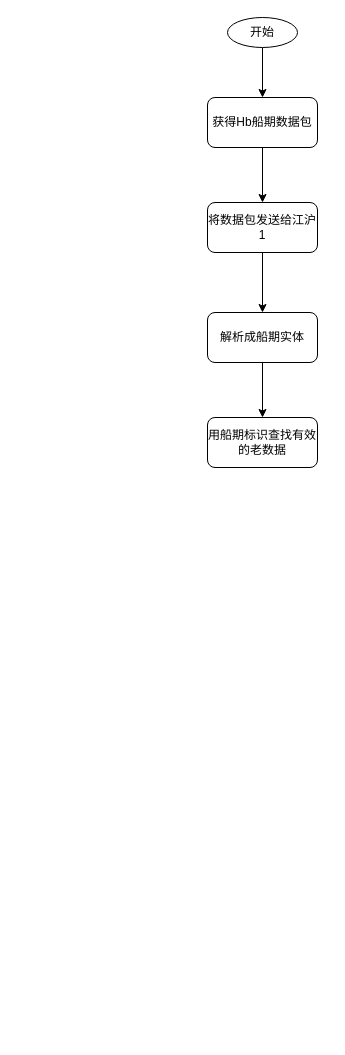
Above: port-manager/Hb船期定时任务.drawio in caixuecheng/track-drawio (draw.io), before the change. Source tidied: cells renumbered, new cells numbered last; positions are measured from the earlier drawing's top-left corner, leaving out a move shared by most shapes. Both pictures are drawn from the tidied source at 100%, with x=0, y=0 at pixel (207, 17).
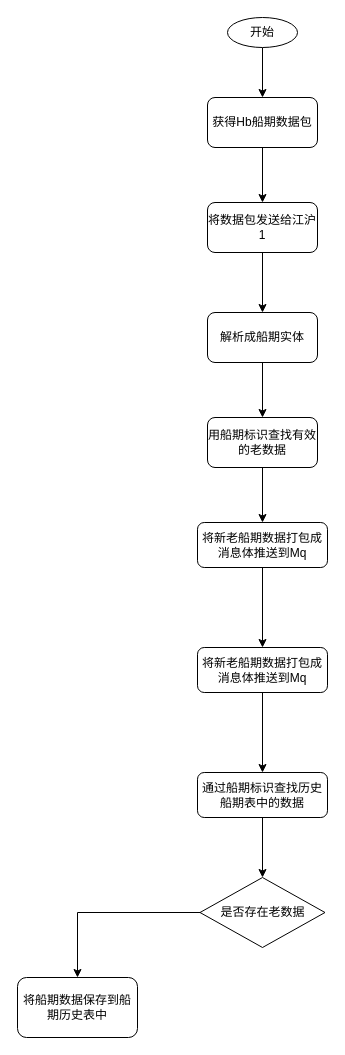
Above is the later version.

Commit message (it also covers changes not shown here):
更新Hb船期定时任务.drawio

Unchanged cells that the change refers to:
```xml
<mxCell id="10" value="用船期标识查找有效的老数据" style="rounded=1;whiteSpace=wrap;html=1;" parent="1" vertex="1">
  <mxGeometry y="400" width="110" height="50" as="geometry" />
</mxCell>
```

Diff of the diagram source:
```diff
@@
+    <mxCell id="11" style="edgeStyle=orthogonalEdgeStyle;rounded=0;jettySize=auto;html=1;" parent="1" edge="1" source="10" target="13">
+      <mxGeometry relative="1" as="geometry" />
+    </mxCell>
@@
+    <mxCell id="12" style="edgeStyle=orthogonalEdgeStyle;rounded=0;jettySize=auto;html=1;" parent="1" edge="1" source="13" target="15">
+      <mxGeometry relative="1" as="geometry" />
+    </mxCell>
+    <mxCell id="13" value="将新老船期数据打包成消息体推送到Mq" style="rounded=1;whiteSpace=wrap;html=1;" parent="1" vertex="1">
+      <mxGeometry x="-10" y="505" width="130" height="45" as="geometry" />
+    </mxCell>
+    <mxCell id="14" style="edgeStyle=orthogonalEdgeStyle;rounded=0;jettySize=auto;html=1;" parent="1" edge="1" source="15" target="17">
+      <mxGeometry relative="1" as="geometry" />
+    </mxCell>
+    <mxCell id="15" value="将新老船期数据打包成消息体推送到Mq" style="rounded=1;whiteSpace=wrap;html=1;" parent="1" vertex="1">
+      <mxGeometry x="-10" y="630" width="130" height="45" as="geometry" />
+    </mxCell>
+    <mxCell id="16" style="edgeStyle=orthogonalEdgeStyle;rounded=0;jettySize=auto;html=1;exitX=0.5;exitY=1;exitDx=0;exitDy=0;entryX=0.5;entryY=0;entryDx=0;entryDy=0;" parent="1" edge="1" source="17" target="19">
+      <mxGeometry relative="1" as="geometry" />
+    </mxCell>
+    <mxCell id="17" value="通过船期标识查找历史船期表中的数据" style="rounded=1;whiteSpace=wrap;html=1;" parent="1" vertex="1">
+      <mxGeometry x="-10" y="755" width="130" height="45" as="geometry" />
+    </mxCell>
+    <mxCell id="18" style="edgeStyle=orthogonalEdgeStyle;rounded=0;jettySize=auto;html=1;exitX=0;exitY=0.5;exitDx=0;exitDy=0;entryX=0.5;entryY=0;entryDx=0;entryDy=0;" parent="1" edge="1" source="19" target="20">
+      <mxGeometry relative="1" as="geometry" />
+    </mxCell>
+    <mxCell id="19" value="是否存在老数据" style="rhombus;whiteSpace=wrap;html=1;" parent="1" vertex="1">
+      <mxGeometry x="-7.5" y="860" width="125" height="70" as="geometry" />
+    </mxCell>
+    <mxCell id="20" value="将船期数据保存到船期历史表中" style="rounded=1;whiteSpace=wrap;html=1;" parent="1" vertex="1">
+      <mxGeometry x="-190" y="960" width="120" height="60" as="geometry" />
+    </mxCell>
```
